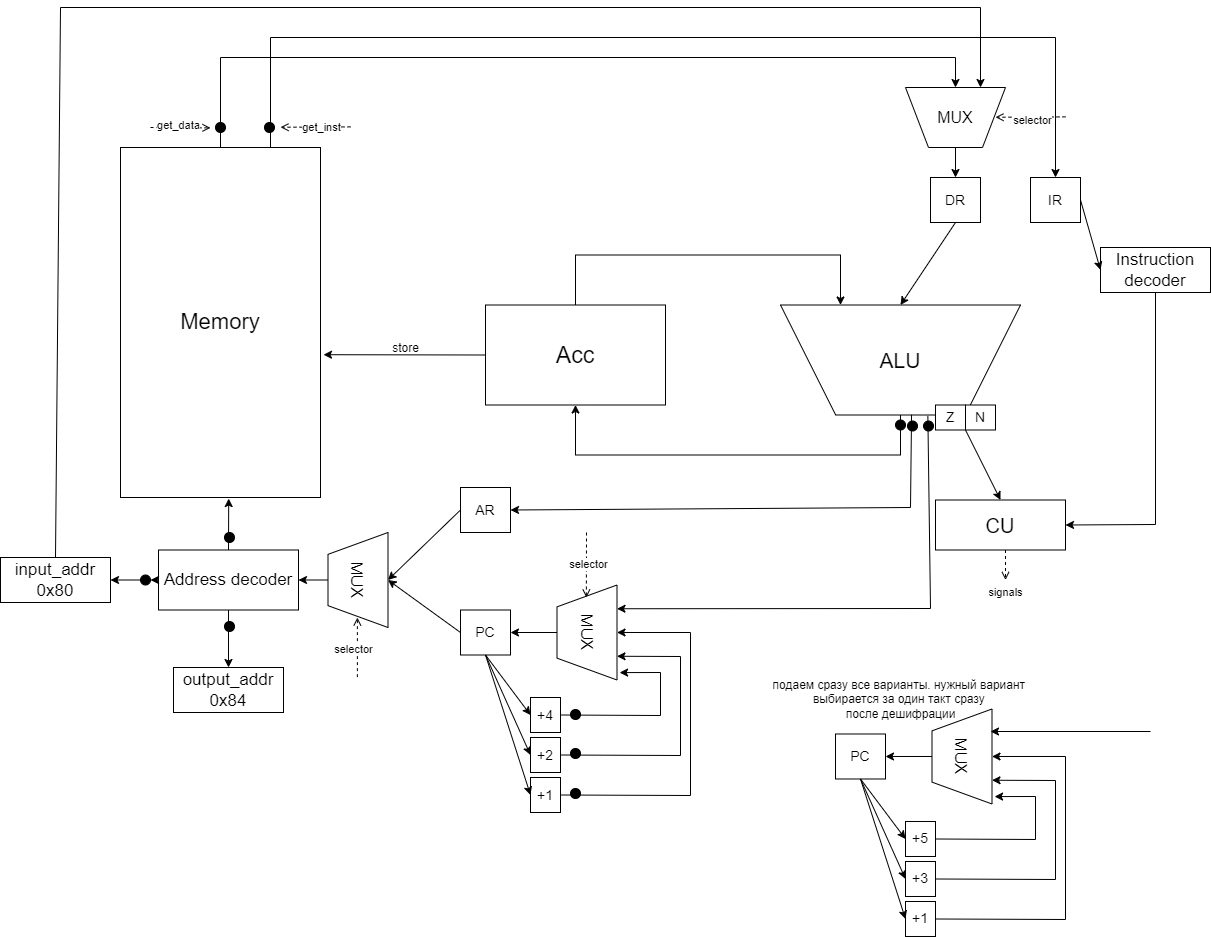
The draw.io diagram csa/Acc.png in anasttass/itmo, before a commit. Source tidied: cells renumbered, new cells last; positions are measured from the earlier drawing's top-left corner, leaving out a move shared by most shapes.
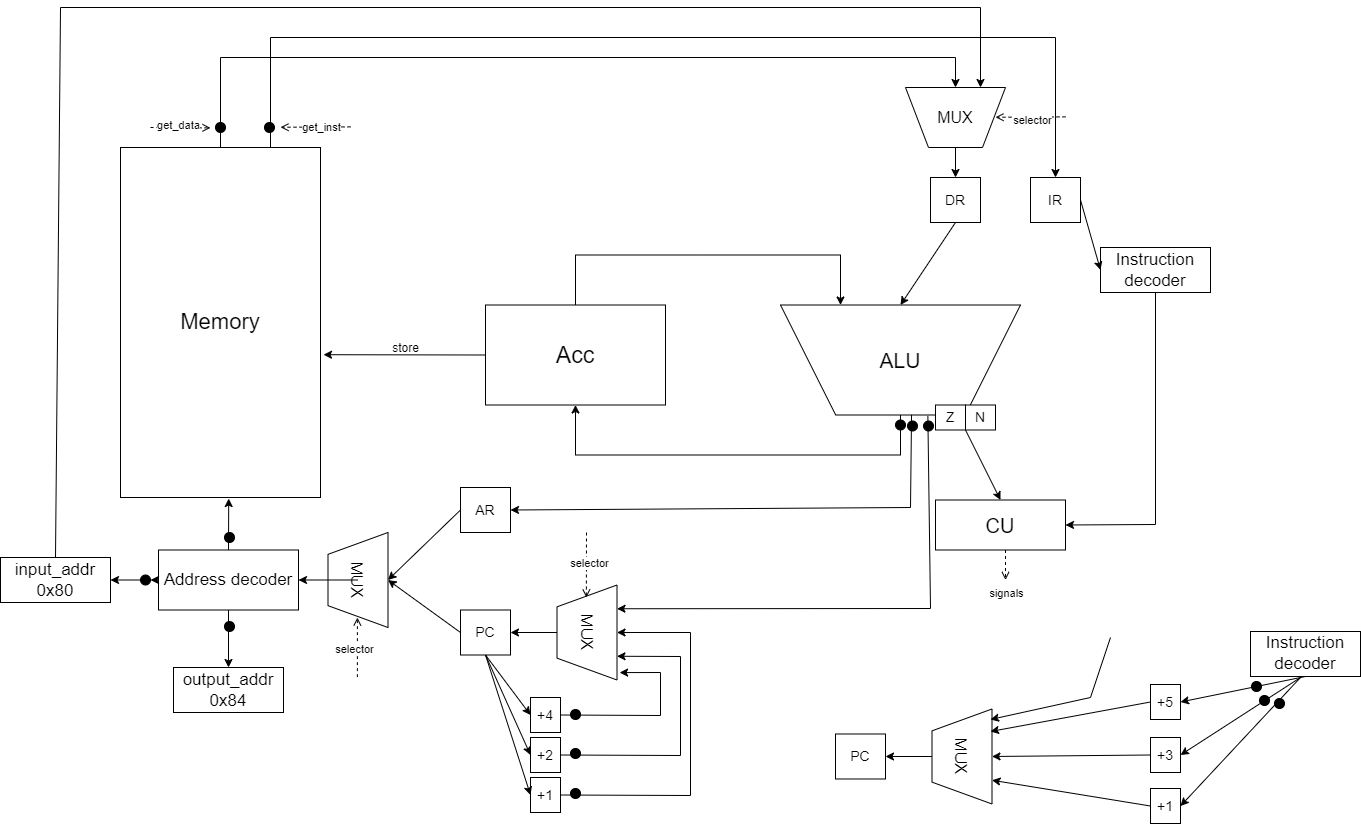
After the change.

The edit, as a diff of the source:
```diff
@@ -308,55 +308,58 @@
       <mxGeometry relative="1" as="geometry" />
     </mxCell>
     <mxCell id="77" value="&lt;font style=&quot;font-size: 14px;&quot;&gt;+1&lt;/font&gt;" style="rounded=0;whiteSpace=wrap;html=1;" parent="1" vertex="1">
-      <mxGeometry x="905" y="894" width="30" height="35" as="geometry" />
+      <mxGeometry x="1150" y="781" width="30" height="35" as="geometry" />
     </mxCell>
     <mxCell id="78" value="&lt;span style=&quot;font-size: 14px;&quot;&gt;+3&lt;/span&gt;" style="rounded=0;whiteSpace=wrap;html=1;" parent="1" vertex="1">
-      <mxGeometry x="905" y="854" width="30" height="35" as="geometry" />
+      <mxGeometry x="1150" y="730" width="30" height="35" as="geometry" />
     </mxCell>
     <mxCell id="79" value="&lt;font style=&quot;font-size: 14px;&quot;&gt;+5&lt;/font&gt;" style="rounded=0;whiteSpace=wrap;html=1;" parent="1" vertex="1">
-      <mxGeometry x="905" y="814" width="30" height="35" as="geometry" />
+      <mxGeometry x="1150" y="677" width="30" height="35" as="geometry" />
     </mxCell>
-    <mxCell id="80" style="endArrow=classic;html=1;rounded=0;exitX=0.5;exitY=1;exitDx=0;exitDy=0;entryX=0;entryY=0.5;entryDx=0;entryDy=0;" parent="1" edge="1" source="74" target="79">
-      <mxGeometry relative="1" as="geometry" />
-    </mxCell>
-    <mxCell id="81" style="endArrow=classic;html=1;rounded=0;exitX=0.5;exitY=1;exitDx=0;exitDy=0;entryX=0;entryY=0.5;entryDx=0;entryDy=0;" parent="1" edge="1" source="74" target="78">
-      <mxGeometry relative="1" as="geometry" />
-    </mxCell>
-    <mxCell id="82" style="endArrow=classic;html=1;rounded=0;exitX=0.5;exitY=1;exitDx=0;exitDy=0;entryX=0;entryY=0.5;entryDx=0;entryDy=0;" parent="1" edge="1" source="74" target="77">
-      <mxGeometry relative="1" as="geometry" />
-    </mxCell>
+    <mxCell id="87" style="endArrow=classic;html=1;rounded=0;entryX=0.25;entryY=0;entryDx=0;entryDy=0;exitX=0;exitY=0.5;exitDx=0;exitDy=0;" parent="1" edge="1" source="79">
+      <mxGeometry relative="1" as="geometry">
+        <mxPoint x="990" y="724" as="targetPoint" />
+      </mxGeometry>
+    </mxCell>
+    <mxCell id="88" value="&lt;font style=&quot;font-size: 17px;&quot;&gt;Instruction decoder&lt;/font&gt;" style="rounded=0;whiteSpace=wrap;html=1;" parent="1" vertex="1">
+      <mxGeometry x="1250" y="624" width="110" height="45" as="geometry" />
+    </mxCell>
+    <mxCell id="85" style="endArrow=classic;html=1;rounded=0;entryX=0.5;entryY=0;entryDx=0;entryDy=0;exitX=0;exitY=0.5;exitDx=0;exitDy=0;" parent="1" edge="1" source="78" target="75">
+      <mxGeometry relative="1" as="geometry" />
+    </mxCell>
-    <mxCell id="83" style="endArrow=classic;html=1;rounded=0;exitX=1;exitY=0.5;exitDx=0;exitDy=0;entryX=0.5;entryY=0;entryDx=0;entryDy=0;" parent="1" edge="1" source="77" target="75">
-      <mxGeometry relative="1" as="geometry">
-        <Array as="points">
-          <mxPoint x="1065" y="912" />
-          <mxPoint x="1065" y="749" />
-        </Array>
-      </mxGeometry>
+    <mxCell id="83" style="endArrow=classic;html=1;rounded=0;entryX=0.75;entryY=0;entryDx=0;entryDy=0;exitX=0;exitY=0.5;exitDx=0;exitDy=0;" parent="1" edge="1" source="77" target="75">
+      <mxGeometry relative="1" as="geometry" />
     </mxCell>
-    <mxCell id="84" style="endArrow=classic;html=1;rounded=0;exitX=1;exitY=0.5;exitDx=0;exitDy=0;entryX=0.922;entryY=1.043;entryDx=0;entryDy=0;entryPerimeter=0;" parent="1" edge="1" source="79" target="75">
-      <mxGeometry relative="1" as="geometry">
-        <Array as="points">
-          <mxPoint x="1035" y="832" />
-          <mxPoint x="1035" y="789" />
-        </Array>
-      </mxGeometry>
-    </mxCell>
-    <mxCell id="85" style="endArrow=classic;html=1;rounded=0;exitX=1;exitY=0.5;exitDx=0;exitDy=0;entryX=0.75;entryY=0;entryDx=0;entryDy=0;" parent="1" edge="1" source="78" target="75">
-      <mxGeometry relative="1" as="geometry">
-        <Array as="points">
-          <mxPoint x="1055" y="872" />
-          <mxPoint x="1055" y="773" />
-        </Array>
-      </mxGeometry>
-    </mxCell>
-    <mxCell id="86" value="подаем сразу все варианты. нужный вариант&amp;nbsp;&lt;div&gt;выбирается за один такт сразу&amp;nbsp;&lt;/div&gt;&lt;div&gt;после дешифрации&lt;/div&gt;" style="text;html=1;align=center;verticalAlign=middle;strokeColor=none;fillColor=none;" parent="1" vertex="1">
-      <mxGeometry x="760" y="662" width="280" height="60" as="geometry" />
-    </mxCell>
-    <mxCell id="87" style="endArrow=classic;html=1;rounded=0;entryX=0.25;entryY=0;entryDx=0;entryDy=0;" parent="1" edge="1">
-      <mxGeometry relative="1" as="geometry">
-        <mxPoint x="1150" y="724" as="sourcePoint" />
-        <mxPoint x="990" y="724" as="targetPoint" />
-      </mxGeometry>
-    </mxCell>
+    <mxCell id="89" style="endArrow=classic;html=1;rounded=0;entryX=0.25;entryY=0;entryDx=0;entryDy=0;" parent="1" edge="1">
+      <mxGeometry relative="1" as="geometry">
+        <mxPoint x="1110" y="630" as="sourcePoint" />
+        <mxPoint x="990" y="712" as="targetPoint" />
+        <Array as="points">
+          <mxPoint x="1090" y="690" />
+        </Array>
+      </mxGeometry>
+    </mxCell>
+    <mxCell id="90" style="endArrow=classic;html=1;rounded=0;entryX=1;entryY=0.5;entryDx=0;entryDy=0;exitX=0.5;exitY=1;exitDx=0;exitDy=0;" parent="1" edge="1" source="88" target="79">
+      <mxGeometry relative="1" as="geometry" />
+    </mxCell>
+    <mxCell id="91" style="endArrow=classic;html=1;rounded=0;entryX=1;entryY=0.5;entryDx=0;entryDy=0;" parent="1" edge="1" target="78">
+      <mxGeometry relative="1" as="geometry">
+        <mxPoint x="1300" y="670" as="sourcePoint" />
+      </mxGeometry>
+    </mxCell>
+    <mxCell id="92" style="endArrow=classic;html=1;rounded=0;entryX=1;entryY=0.5;entryDx=0;entryDy=0;" parent="1" edge="1" target="77">
+      <mxGeometry relative="1" as="geometry">
+        <mxPoint x="1300" y="670" as="sourcePoint" />
+      </mxGeometry>
+    </mxCell>
+    <mxCell id="93" style="ellipse;shape=doubleEllipse;whiteSpace=wrap;html=1;strokeColor=#000000;fillColor=#000000;" parent="1" vertex="1">
+      <mxGeometry x="1274" y="691" width="10" height="10" as="geometry" />
+    </mxCell>
+    <mxCell id="94" style="ellipse;shape=doubleEllipse;whiteSpace=wrap;html=1;strokeColor=#000000;fillColor=#000000;" parent="1" vertex="1">
+      <mxGeometry x="1259" y="688" width="10" height="10" as="geometry" />
+    </mxCell>
+    <mxCell id="95" style="ellipse;shape=doubleEllipse;whiteSpace=wrap;html=1;strokeColor=#000000;fillColor=#000000;" parent="1" vertex="1">
+      <mxGeometry x="1251" y="674" width="10" height="10" as="geometry" />
+    </mxCell>
   </root>
 </mxGraphModel>
```
